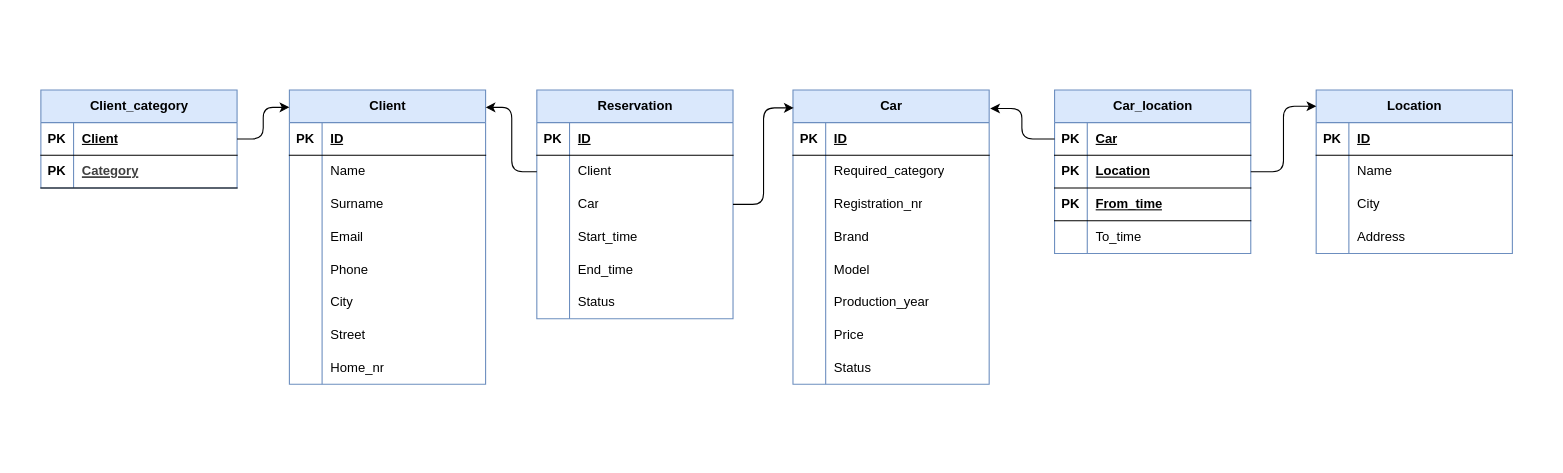
Earlier version of the draw.io diagram 2/docs/relational-schema.drawio (Makar1y/DBMS). Source tidied: cells renumbered, new cells numbered last; positions are measured from the earlier drawing's top-left corner, leaving out a move shared by most shapes. Both pictures are drawn from the tidied source at 109%, with x=0, y=0 at pixel (19, 19).
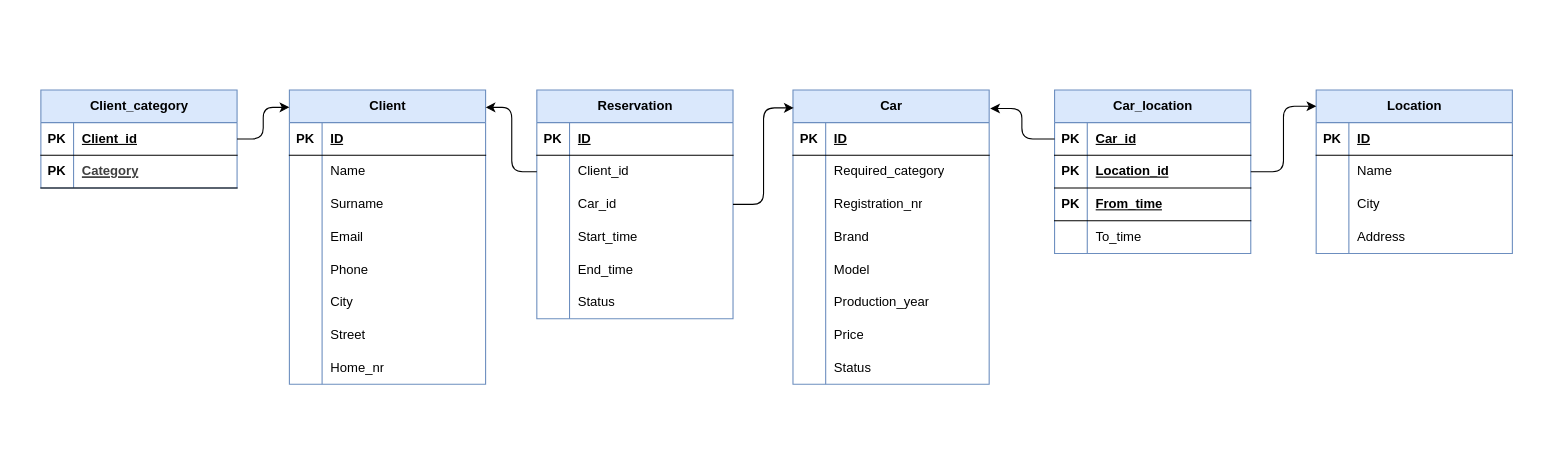
Above is the later version.

The change refers to these unchanged cells:
```xml
<mxCell id="4" style="shape=tableRow;horizontal=0;startSize=0;swimlaneHead=0;swimlaneBody=0;fillColor=none;points=[[0,0.5],[1,0.5]];portConstraint=eastwest;top=0;left=0;right=0;bottom=1;" parent="3" vertex="1">
  <mxGeometry y="30" width="180" height="30" as="geometry" />
</mxCell>
<mxCell id="40" style="shape=tableRow;horizontal=0;startSize=0;swimlaneHead=0;swimlaneBody=0;fillColor=none;points=[[0,0.5],[1,0.5]];portConstraint=eastwest;top=0;left=0;right=0;bottom=0;" parent="36" vertex="1">
  <mxGeometry y="60" width="180" height="30" as="geometry" />
</mxCell>
<mxCell id="43" style="shape=tableRow;horizontal=0;startSize=0;swimlaneHead=0;swimlaneBody=0;fillColor=none;points=[[0,0.5],[1,0.5]];portConstraint=eastwest;top=0;left=0;right=0;bottom=0;" parent="36" vertex="1">
  <mxGeometry y="90" width="180" height="30" as="geometry" />
</mxCell>
<mxCell id="82" value="Car_location" style="shape=table;startSize=30;childLayout=tableLayout;rowLines=0;fontStyle=1;align=center;html=1;fillColor=#dae8fc;strokeColor=#6c8ebf;" parent="1" vertex="1">
  <mxGeometry x="950" y="65" width="180" height="150" as="geometry" />
</mxCell>
```

Diff of the diagram source:
```diff
@@
-    <mxCell id="6" value="Client" style="shape=partialRectangle;fillColor=none;top=0;left=0;bottom=0;right=0;align=left;spacingLeft=6;fontStyle=5;overflow=hidden;whiteSpace=wrap;html=1;" parent="4" vertex="1">
+    <mxCell id="6" value="Client_id" style="shape=partialRectangle;fillColor=none;top=0;left=0;bottom=0;right=0;align=left;spacingLeft=6;fontStyle=5;overflow=hidden;whiteSpace=wrap;html=1;" parent="4" vertex="1">
       <mxGeometry x="30" width="150" height="30" as="geometry" />
     </mxCell>
@@
-    <mxCell id="42" value="Client" style="shape=partialRectangle;fillColor=none;top=0;left=0;bottom=0;right=0;align=left;spacingLeft=6;overflow=hidden;whiteSpace=wrap;html=1;" parent="40" vertex="1">
+    <mxCell id="42" value="Client_id" style="shape=partialRectangle;fillColor=none;top=0;left=0;bottom=0;right=0;align=left;spacingLeft=6;overflow=hidden;whiteSpace=wrap;html=1;" parent="40" vertex="1">
       <mxGeometry x="30" width="150" height="30" as="geometry" />
     </mxCell>
@@
-    <mxCell id="45" value="Car" style="shape=partialRectangle;fillColor=none;top=0;left=0;bottom=0;right=0;align=left;spacingLeft=6;overflow=hidden;whiteSpace=wrap;html=1;" parent="43" vertex="1">
+    <mxCell id="45" value="Car_id" style="shape=partialRectangle;fillColor=none;top=0;left=0;bottom=0;right=0;align=left;spacingLeft=6;overflow=hidden;whiteSpace=wrap;html=1;" parent="43" vertex="1">
       <mxGeometry x="30" width="150" height="30" as="geometry" />
     </mxCell>
@@
-    <mxCell id="83" style="shape=tableRow;horizontal=0;startSize=0;swimlaneHead=0;swimlaneBody=0;fillColor=none;points=[[0,0.5],[1,0.5]];portConstraint=eastwest;top=0;left=0;right=0;bottom=1;" parent="82" vertex="1">
+    <mxCell id="83" style="shape=tableRow;horizontal=0;startSize=0;swimlaneHead=0;swimlaneBody=0;fillColor=none;points=[[0,0.5],[1,0.5]];portConstraint=eastwest;top=0;left=0;right=0;bottom=1;swimlaneLine=0;" parent="82" vertex="1">
       <mxGeometry y="30" width="180" height="30" as="geometry" />
     </mxCell>
@@
-    <mxCell id="85" value="Car" style="shape=partialRectangle;fillColor=none;top=0;left=0;bottom=0;right=0;align=left;spacingLeft=6;fontStyle=5;overflow=hidden;whiteSpace=wrap;html=1;" parent="83" vertex="1">
+    <mxCell id="85" value="Car_id" style="shape=partialRectangle;fillColor=none;top=0;left=0;bottom=0;right=0;align=left;spacingLeft=6;fontStyle=5;overflow=hidden;whiteSpace=wrap;html=1;" parent="83" vertex="1">
       <mxGeometry x="30" width="150" height="30" as="geometry" />
     </mxCell>
-    <mxCell id="86" style="shape=tableRow;horizontal=0;startSize=0;swimlaneHead=0;swimlaneBody=0;fillColor=none;points=[[0,0.5],[1,0.5]];portConstraint=eastwest;top=0;left=0;right=0;bottom=1;" parent="82" vertex="1">
+    <mxCell id="86" style="shape=tableRow;horizontal=0;startSize=0;swimlaneHead=0;swimlaneBody=0;fillColor=none;points=[[0,0.5],[1,0.5]];portConstraint=eastwest;top=0;left=0;right=0;bottom=1;rounded=0;shadow=0;multiple=0;" parent="82" vertex="1">
       <mxGeometry y="60" width="180" height="30" as="geometry" />
     </mxCell>
@@
-    <mxCell id="88" value="Location" style="shape=partialRectangle;fillColor=none;top=0;left=0;bottom=0;right=0;align=left;spacingLeft=6;fontStyle=5;overflow=hidden;whiteSpace=wrap;html=1;" parent="86" vertex="1">
+    <mxCell id="88" value="Location_id" style="shape=partialRectangle;fillColor=none;top=0;left=0;bottom=0;right=0;align=left;spacingLeft=6;fontStyle=5;overflow=hidden;whiteSpace=wrap;html=1;" parent="86" vertex="1">
       <mxGeometry x="30" width="150" height="30" as="geometry" />
     </mxCell>
```
